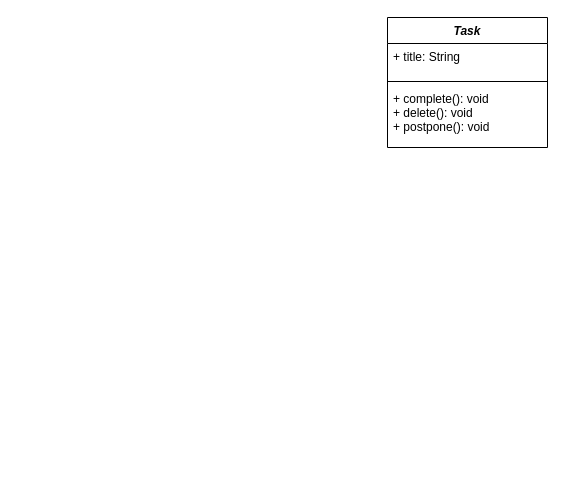
The draw.io diagram todo-app_uml.drawio in BanjoBenjo/todo, before the edit. Source tidied: cells renumbered, new cells numbered last; positions are measured from the earlier drawing's top-left corner, leaving out a move shared by most shapes. Both pictures are drawn from the tidied source at 100%, with x=0, y=0 at pixel (387, 17).
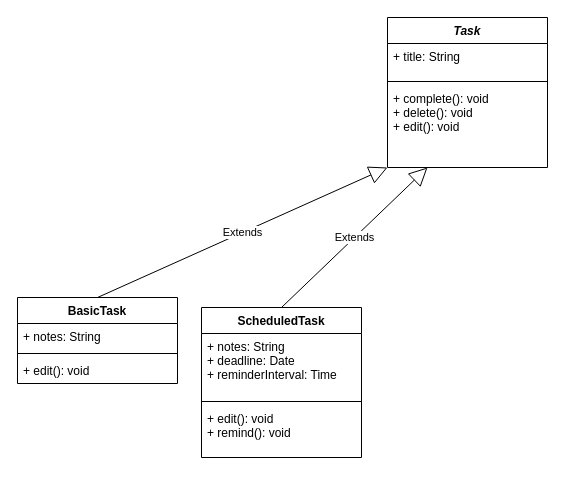
After the change.

Commit message:
two child classes

What changed in the source:
```diff
@@
 <mxGraphModel>
   <root>
     <mxCell id="0" />
     <mxCell id="1" parent="0" />
     <mxCell id="2" value="Task" style="swimlane;fontStyle=3;align=center;verticalAlign=top;horizontal=1;startSize=26;" parent="1" vertex="1">
-      <mxGeometry width="160" height="130" as="geometry" />
+      <mxGeometry width="160" height="150" as="geometry" />
     </mxCell>
     <mxCell id="3" value="+ title: String" style="text;strokeColor=none;fillColor=none;align=left;verticalAlign=top;spacingLeft=4;spacingRight=4;overflow=hidden;" parent="2" vertex="1">
       <mxGeometry y="26" width="160" height="34" as="geometry" />
     </mxCell>
     <mxCell id="4" style="line;strokeWidth=1;fillColor=none;align=left;verticalAlign=middle;spacingTop=-1;spacingLeft=3;spacingRight=3;labelPosition=right;" parent="2" vertex="1">
       <mxGeometry y="60" width="160" height="8" as="geometry" />
     </mxCell>
-    <mxCell id="5" value="+ complete(): void&#10;+ delete(): void&#10;+ postpone(): void&#10;&#10;" style="text;strokeColor=none;fillColor=none;align=left;verticalAlign=top;spacingLeft=4;spacingRight=4;overflow=hidden;" parent="2" vertex="1">
-      <mxGeometry y="68" width="160" height="62" as="geometry" />
+    <mxCell id="5" value="+ complete(): void&#10;+ delete(): void&#10;+ edit(): void&#10;&#10;" style="text;strokeColor=none;fillColor=none;align=left;verticalAlign=top;spacingLeft=4;spacingRight=4;overflow=hidden;" parent="2" vertex="1">
+      <mxGeometry y="68" width="160" height="82" as="geometry" />
     </mxCell>
+    <mxCell id="6" value="Extends" style="endArrow=block;endSize=16;endFill=0;html=1;entryX=0;entryY=1;entryDx=0;entryDy=0;exitX=0.5;exitY=0;exitDx=0;exitDy=0;" parent="1" edge="1" source="8" target="2">
+      <mxGeometry relative="1" as="geometry" />
+    </mxCell>
+    <mxCell id="7" value="Extends" style="endArrow=block;endSize=16;endFill=0;html=1;entryX=0.25;entryY=1;entryDx=0;entryDy=0;exitX=0.5;exitY=0;exitDx=0;exitDy=0;" parent="1" edge="1" source="12" target="2">
+      <mxGeometry relative="1" as="geometry" />
+    </mxCell>
+    <mxCell id="8" value="BasicTask" style="swimlane;fontStyle=1;align=center;verticalAlign=top;horizontal=1;startSize=26;" parent="1" vertex="1">
+      <mxGeometry x="-370" y="280" width="160" height="86" as="geometry" />
+    </mxCell>
+    <mxCell id="9" value="+ notes: String" style="text;strokeColor=none;fillColor=none;align=left;verticalAlign=top;spacingLeft=4;spacingRight=4;overflow=hidden;" parent="8" vertex="1">
+      <mxGeometry y="26" width="160" height="26" as="geometry" />
+    </mxCell>
+    <mxCell id="10" style="line;strokeWidth=1;fillColor=none;align=left;verticalAlign=middle;spacingTop=-1;spacingLeft=3;spacingRight=3;labelPosition=right;" parent="8" vertex="1">
+      <mxGeometry y="52" width="160" height="8" as="geometry" />
+    </mxCell>
+    <mxCell id="11" value="+ edit(): void" style="text;strokeColor=none;fillColor=none;align=left;verticalAlign=top;spacingLeft=4;spacingRight=4;overflow=hidden;" parent="8" vertex="1">
+      <mxGeometry y="60" width="160" height="26" as="geometry" />
+    </mxCell>
+    <mxCell id="12" value="ScheduledTask" style="swimlane;fontStyle=1;align=center;verticalAlign=top;horizontal=1;startSize=26;" parent="1" vertex="1">
+      <mxGeometry x="-186" y="290" width="160" height="150" as="geometry" />
+    </mxCell>
+    <mxCell id="13" value="+ notes: String&#10;+ deadline: Date&#10;+ reminderInterval: Time&#10;" style="text;strokeColor=none;fillColor=none;align=left;verticalAlign=top;spacingLeft=4;spacingRight=4;overflow=hidden;" parent="12" vertex="1">
+      <mxGeometry y="26" width="160" height="64" as="geometry" />
+    </mxCell>
+    <mxCell id="14" style="line;strokeWidth=1;fillColor=none;align=left;verticalAlign=middle;spacingTop=-1;spacingLeft=3;spacingRight=3;labelPosition=right;" parent="12" vertex="1">
+      <mxGeometry y="90" width="160" height="8" as="geometry" />
+    </mxCell>
+    <mxCell id="15" value="+ edit(): void&#10;+ remind(): void&#10;" style="text;strokeColor=none;fillColor=none;align=left;verticalAlign=top;spacingLeft=4;spacingRight=4;overflow=hidden;" parent="12" vertex="1">
+      <mxGeometry y="98" width="160" height="52" as="geometry" />
+    </mxCell>
   </root>
 </mxGraphModel>
```
